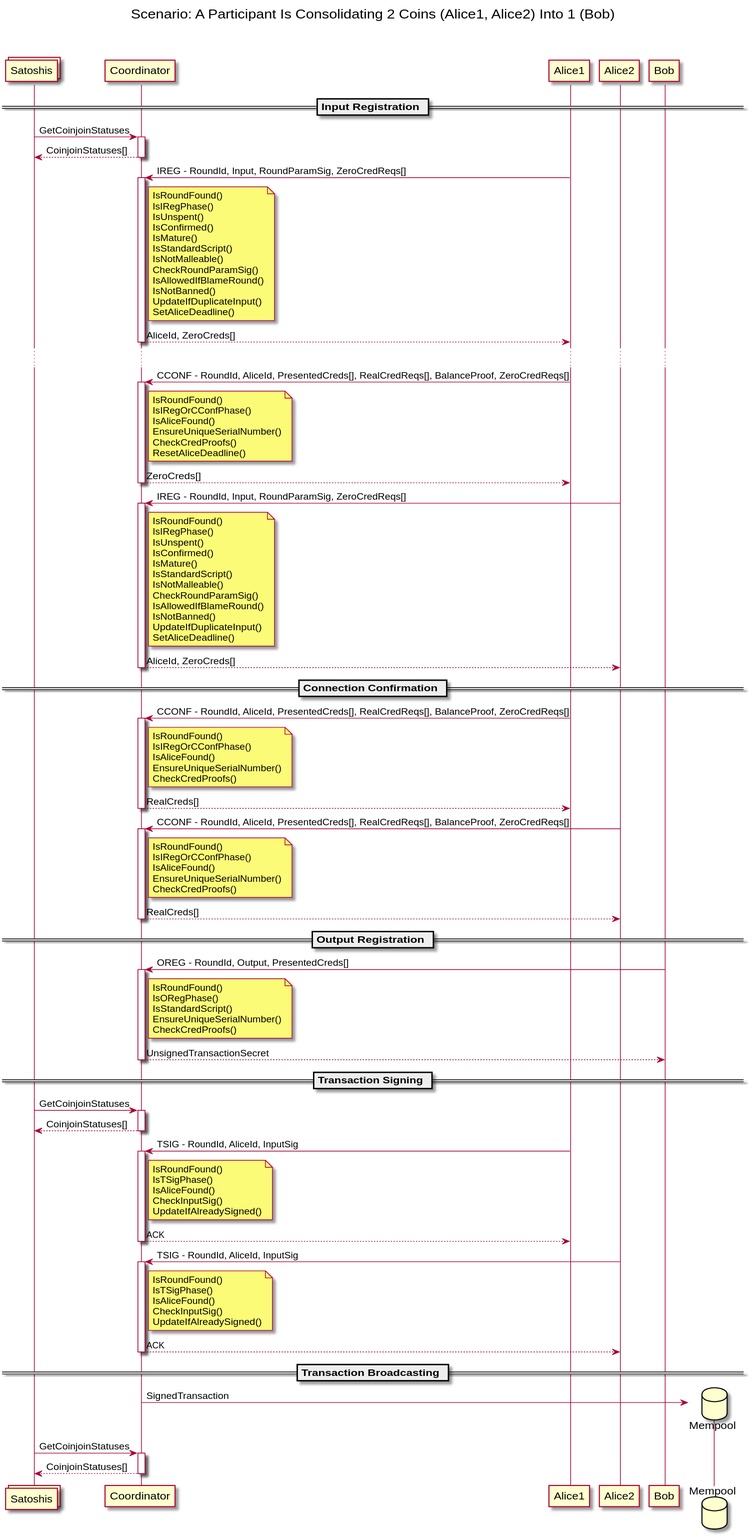
This is diagrams/interaction_diagram.svg from WalletWasabi/WabiSabi, a PlantUML export, as it was before one commit.
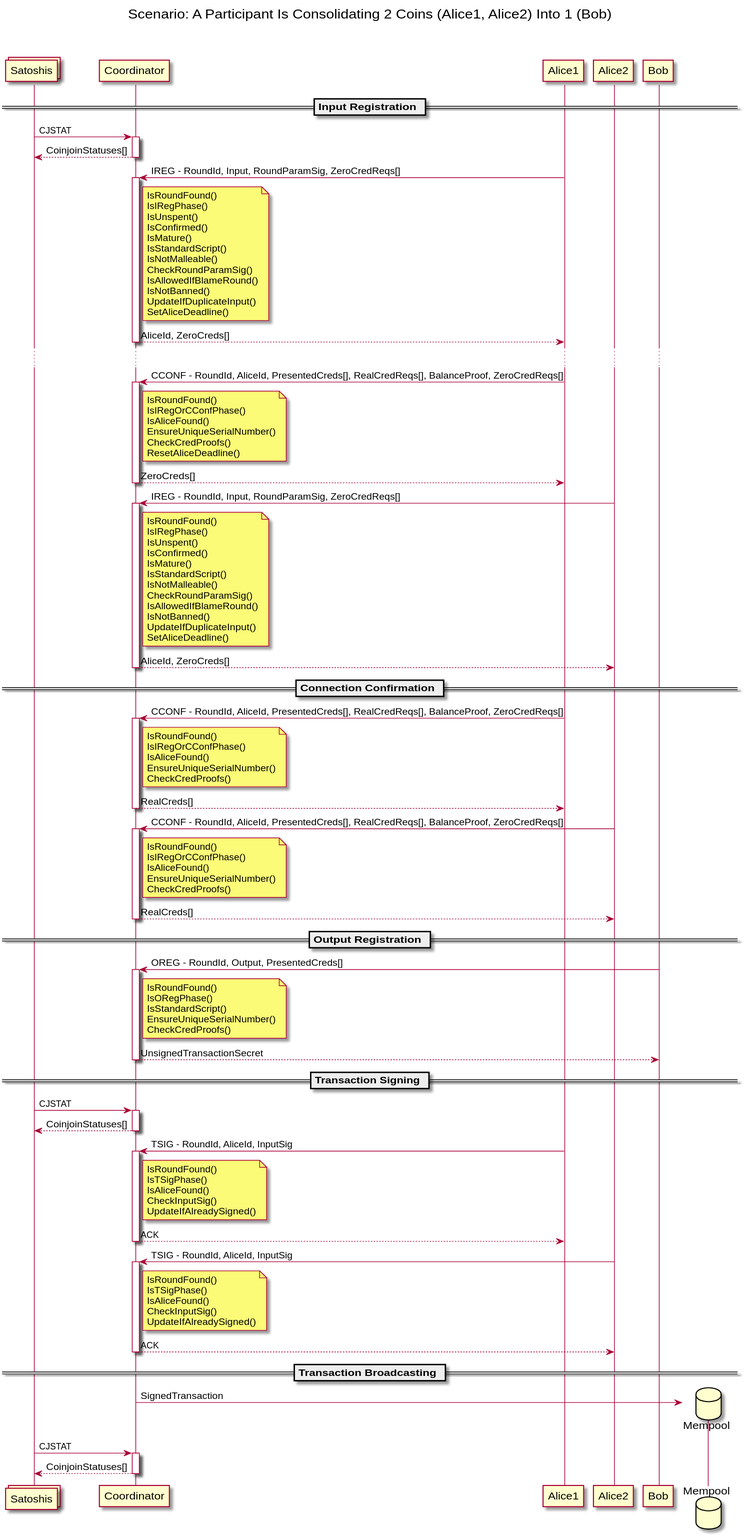
After the change.

Change to the diagram source:
```diff
@@ -10,7 +10,7 @@
 
 == Input Registration ==
 
-Satoshis -> Coordinator ++ : GetCoinjoinStatuses
+Satoshis -> Coordinator ++ : CJSTAT
 return CoinjoinStatuses[]
 
 Alice1 -> Coordinator ++: IREG - RoundId, Input, RoundParamSig, ZeroCredReqs[]
@@ -95,7 +95,7 @@
 
 == Transaction Signing ==
 
-Satoshis -> Coordinator ++ : GetCoinjoinStatuses
+Satoshis -> Coordinator ++ : CJSTAT
 return CoinjoinStatuses[]
 
 Alice1 -> Coordinator ++: TSIG - RoundId, AliceId, InputSig
@@ -122,6 +122,6 @@
 
 Coordinator -> Mempool**  : SignedTransaction
 
-Satoshis -> Coordinator ++ : GetCoinjoinStatuses
+Satoshis -> Coordinator ++ : CJSTAT
 return CoinjoinStatuses[]
 @enduml
```
